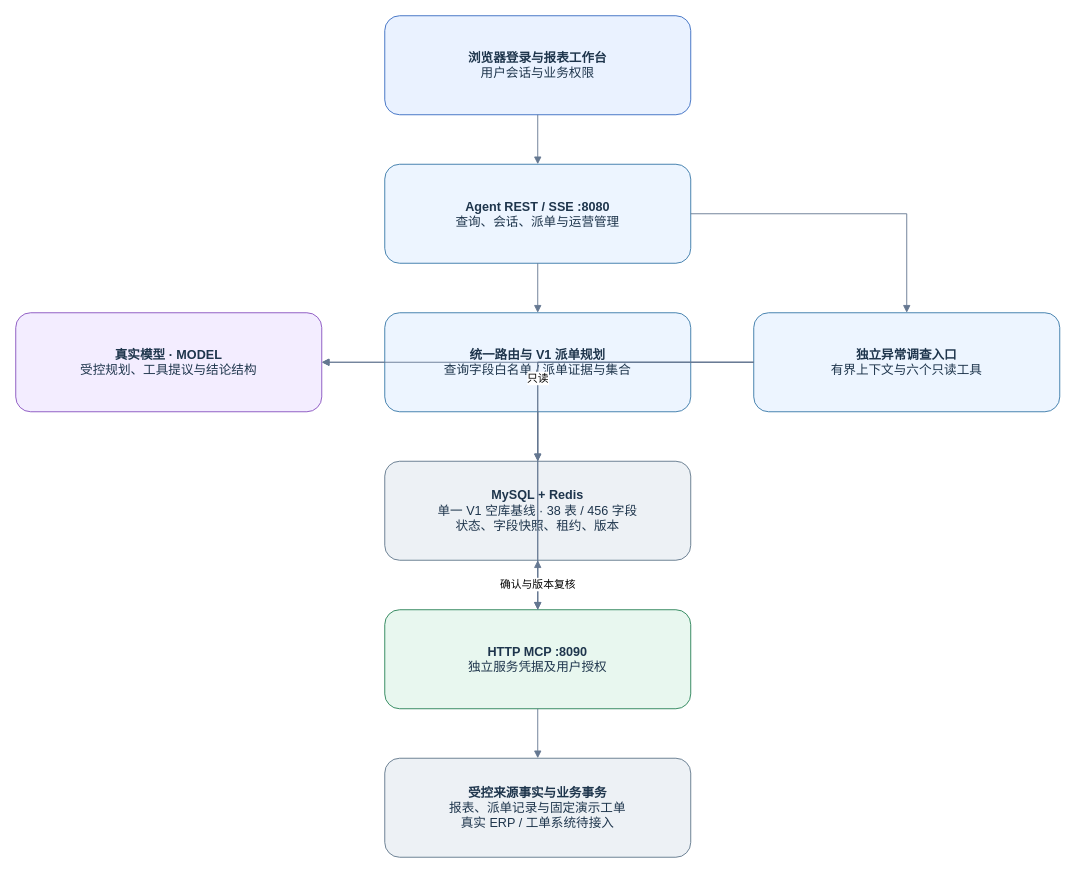
Before: page "01 系统与信任边界" (1 of 12) of docs/diagrams/demo-final/demo-final.drawio in QSZJAVA/agent_demo, a draw.io diagram. Source tidied: cells renumbered, new cells numbered last; positions are measured from the earlier drawing's top-left corner, leaving out a move shared by most shapes. Both pictures are drawn from the tidied source at 90%, with x=0, y=0 at pixel (15, 15).
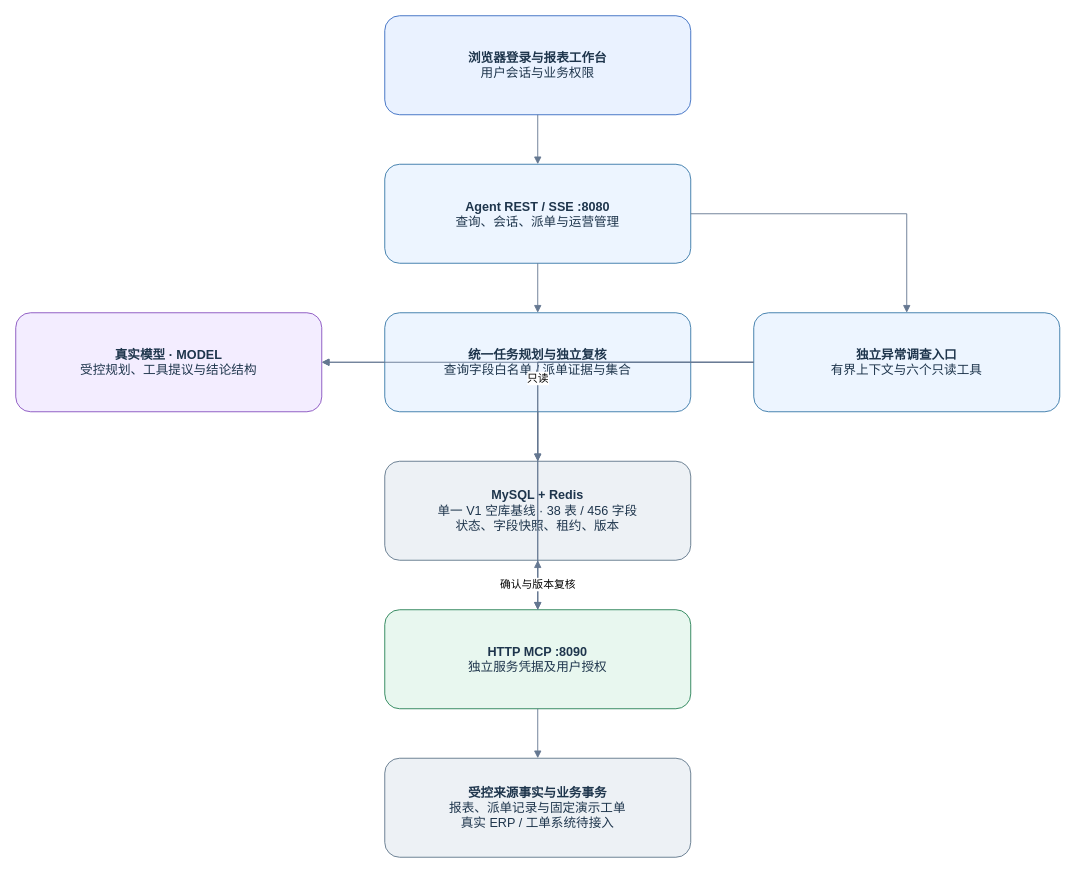
The same diagram, later.

The edit, as a diff of the source:
```diff
@@
-    <mxCell id="5" value="&lt;b&gt;统一路由与 V1 派单规划&lt;/b&gt;&lt;br&gt;查询字段白名单 / 派单证据与集合" style="rounded=1;whiteSpace=wrap;html=1;fillColor=#edf5ff;strokeColor=#3778a8;fontColor=#1e354c;fontFamily=Microsoft YaHei;fontSize=14;" parent="1" vertex="1">
+    <mxCell id="5" value="&lt;b&gt;统一任务规划与独立复核&lt;/b&gt;&lt;br&gt;查询字段白名单 / 派单证据与集合" style="rounded=1;whiteSpace=wrap;html=1;fillColor=#edf5ff;strokeColor=#3778a8;fontColor=#1e354c;fontFamily=Microsoft YaHei;fontSize=14;" parent="1" vertex="1">
       <mxGeometry x="410" y="330" width="340" height="110" as="geometry" />
     </mxCell>
```
